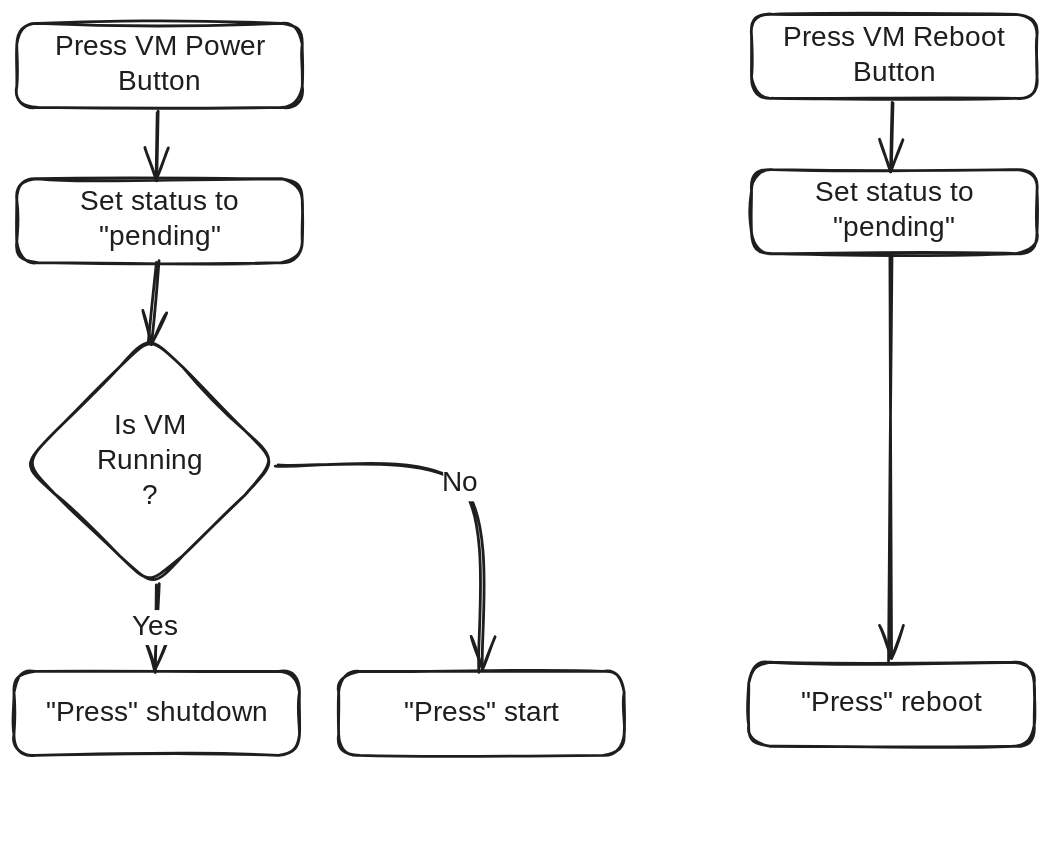
This is media/proxmox_button_flow.excalidraw.svg from shaftspanner/ha_stuff, a Excalidraw export, as it was before one commit. Source tidied: one line per element, renumbered; positions are measured from the earlier drawing's top-left corner, leaving out a move shared by most shapes. The source it was exported from:
```json
{"id": 0, "type": "rectangle", "strokeColor": "#1e1e1e", "strokeWidth": 2, "roughness": 1, "round": true, "x": 2, "y": 6, "width": 204, "height": 60}
{"id": 1, "type": "text", "text": "Press VM Power\nButton", "strokeColor": "#1e1e1e", "strokeWidth": 2, "roughness": 1, "fontSize": 20, "fontFamily": 5, "textAlign": "center", "verticalAlign": "middle", "inside": 0, "x": 26, "y": 12, "width": 156, "height": 50}
{"id": 2, "type": "rectangle", "strokeColor": "#1e1e1e", "strokeWidth": 2, "roughness": 1, "round": true, "x": 2, "y": 118, "width": 204, "height": 60}
{"id": 3, "type": "text", "text": "Set status to\n\"pending\"", "strokeColor": "#1e1e1e", "strokeWidth": 2, "roughness": 1, "fontSize": 20, "fontFamily": 5, "textAlign": "center", "verticalAlign": "middle", "inside": 2, "x": 34, "y": 122, "width": 140, "height": 50}
{"id": 4, "type": "arrow", "strokeColor": "#1e1e1e", "strokeWidth": 2, "roughness": 1, "endArrowhead": "arrow", "round": true, "from": 0, "to": 2, "x": 103, "y": 70, "width": 1, "height": 49, "points": [[0, 0], [-1, 49]]}
{"id": 5, "type": "diamond", "strokeColor": "#1e1e1e", "strokeWidth": 2, "roughness": 1, "round": true, "x": 7, "y": 230, "width": 181, "height": 180}
{"id": 6, "type": "text", "text": "Is VM\nRunning\n?", "strokeColor": "#1e1e1e", "strokeWidth": 2, "roughness": 1, "fontSize": 20, "fontFamily": 5, "textAlign": "center", "verticalAlign": "middle", "inside": 5, "x": 61, "y": 282, "width": 73, "height": 75}
{"id": 7, "type": "arrow", "strokeColor": "#1e1e1e", "strokeWidth": 2, "roughness": 1, "endArrowhead": "arrow", "round": true, "from": 2, "to": 5, "x": 102, "y": 178, "width": 5, "height": 56, "points": [[0, 0], [-5, 56]]}
{"id": 8, "type": "rectangle", "strokeColor": "#1e1e1e", "strokeWidth": 2, "roughness": 1, "round": true, "x": 0, "y": 470, "width": 204, "height": 60}
{"id": 9, "type": "text", "text": "\"Press\" shutdown", "strokeColor": "#1e1e1e", "strokeWidth": 2, "roughness": 1, "fontSize": 20, "fontFamily": 5, "textAlign": "center", "verticalAlign": "middle", "inside": 8, "x": 17, "y": 487, "width": 170, "height": 25}
{"id": 10, "type": "rectangle", "strokeColor": "#1e1e1e", "strokeWidth": 2, "roughness": 1, "round": true, "x": 232, "y": 470, "width": 204, "height": 60}
{"id": 11, "type": "text", "text": "\"Press\" start", "strokeColor": "#1e1e1e", "strokeWidth": 2, "roughness": 1, "fontSize": 20, "fontFamily": 5, "textAlign": "center", "verticalAlign": "middle", "inside": 10, "x": 269, "y": 487, "width": 130, "height": 25}
{"id": 12, "type": "arrow", "strokeColor": "#1e1e1e", "strokeWidth": 2, "roughness": 1, "endArrowhead": "arrow", "round": true, "from": 5, "to": 8, "x": 102, "y": 407, "width": 2, "height": 62, "points": [[0, 0], [-2, 62]]}
{"id": 13, "type": "text", "text": "Yes", "strokeColor": "#1e1e1e", "strokeWidth": 2, "roughness": 1, "fontSize": 20, "fontFamily": 5, "textAlign": "center", "verticalAlign": "middle", "inside": 12, "x": 85, "y": 426, "width": 32, "height": 25}
{"id": 14, "type": "arrow", "strokeColor": "#1e1e1e", "strokeWidth": 2, "roughness": 1, "endArrowhead": "arrow", "round": true, "from": 5, "to": 10, "x": 187, "y": 322, "width": 146, "height": 147, "points": [[0, 0], [132, 13], [146, 147]]}
{"id": 15, "type": "text", "text": "No", "strokeColor": "#1e1e1e", "strokeWidth": 2, "roughness": 1, "fontSize": 20, "fontFamily": 5, "textAlign": "center", "verticalAlign": "middle", "inside": 14, "x": 248, "y": 384, "width": 25, "height": 25}
{"id": 16, "type": "rectangle", "strokeColor": "#1e1e1e", "strokeWidth": 2, "roughness": 1, "round": true, "x": 527, "y": 0, "width": 204, "height": 60}
{"id": 17, "type": "text", "text": "Press VM Reboot\nButton", "strokeColor": "#1e1e1e", "strokeWidth": 2, "roughness": 1, "fontSize": 20, "fontFamily": 5, "textAlign": "center", "verticalAlign": "middle", "inside": 16, "x": 544, "y": 5, "width": 169, "height": 50}
{"id": 18, "type": "rectangle", "strokeColor": "#1e1e1e", "strokeWidth": 2, "roughness": 1, "round": true, "x": 527, "y": 111, "width": 204, "height": 60}
{"id": 19, "type": "text", "text": "Set status to\n\"pending\"", "strokeColor": "#1e1e1e", "strokeWidth": 2, "roughness": 1, "fontSize": 20, "fontFamily": 5, "textAlign": "center", "verticalAlign": "middle", "inside": 18, "x": 559, "y": 116, "width": 140, "height": 50}
{"id": 20, "type": "arrow", "strokeColor": "#1e1e1e", "strokeWidth": 2, "roughness": 1, "endArrowhead": "arrow", "round": true, "from": 16, "to": 18, "x": 628, "y": 63, "width": 1, "height": 49, "points": [[0, 0], [-1, 49]]}
{"id": 21, "type": "arrow", "strokeColor": "#1e1e1e", "strokeWidth": 2, "roughness": 1, "endArrowhead": "arrow", "round": true, "from": 18, "to": 22, "x": 627, "y": 171, "width": 1, "height": 290, "points": [[0, 0], [-1, 290]]}
{"id": 22, "type": "rectangle", "strokeColor": "#1e1e1e", "strokeWidth": 2, "roughness": 1, "round": true, "x": 525, "y": 463, "width": 204, "height": 60}
{"id": 23, "type": "text", "text": "\"Press\" reboot", "strokeColor": "#1e1e1e", "strokeWidth": 2, "roughness": 1, "fontSize": 20, "fontFamily": 5, "textAlign": "center", "verticalAlign": "middle", "inside": 22, "x": 556, "y": 480, "width": 142, "height": 25}
```
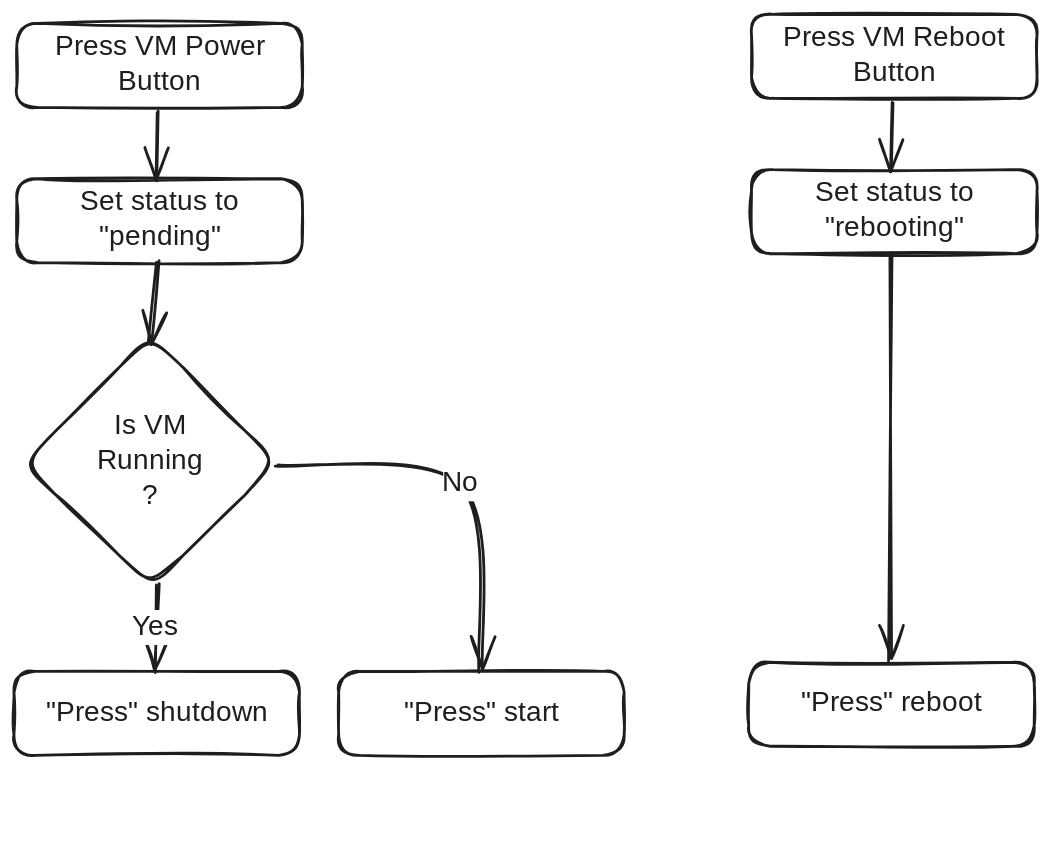
The same diagram one commit later.

Commit message:
Corrected text

The edit, as a diff of the source:
```diff
@@ -17,7 +17,7 @@
 {"id": 16, "type": "rectangle", "strokeColor": "#1e1e1e", "strokeWidth": 2, "roughness": 1, "round": true, "x": 527, "y": 0, "width": 204, "height": 60}
 {"id": 17, "type": "text", "text": "Press VM Reboot\nButton", "strokeColor": "#1e1e1e", "strokeWidth": 2, "roughness": 1, "fontSize": 20, "fontFamily": 5, "textAlign": "center", "verticalAlign": "middle", "inside": 16, "x": 544, "y": 5, "width": 169, "height": 50}
 {"id": 18, "type": "rectangle", "strokeColor": "#1e1e1e", "strokeWidth": 2, "roughness": 1, "round": true, "x": 527, "y": 111, "width": 204, "height": 60}
-{"id": 19, "type": "text", "text": "Set status to\n\"pending\"", "strokeColor": "#1e1e1e", "strokeWidth": 2, "roughness": 1, "fontSize": 20, "fontFamily": 5, "textAlign": "center", "verticalAlign": "middle", "inside": 18, "x": 559, "y": 116, "width": 140, "height": 50}
+{"id": 19, "type": "text", "text": "Set status to\n\"rebooting\"", "strokeColor": "#1e1e1e", "strokeWidth": 2, "roughness": 1, "fontSize": 20, "fontFamily": 5, "textAlign": "center", "verticalAlign": "middle", "inside": 18, "x": 559, "y": 116, "width": 140, "height": 50}
 {"id": 20, "type": "arrow", "strokeColor": "#1e1e1e", "strokeWidth": 2, "roughness": 1, "endArrowhead": "arrow", "round": true, "from": 16, "to": 18, "x": 628, "y": 63, "width": 1, "height": 49, "points": [[0, 0], [-1, 49]]}
 {"id": 21, "type": "arrow", "strokeColor": "#1e1e1e", "strokeWidth": 2, "roughness": 1, "endArrowhead": "arrow", "round": true, "from": 18, "to": 22, "x": 627, "y": 171, "width": 1, "height": 290, "points": [[0, 0], [-1, 290]]}
 {"id": 22, "type": "rectangle", "strokeColor": "#1e1e1e", "strokeWidth": 2, "roughness": 1, "round": true, "x": 525, "y": 463, "width": 204, "height": 60}
```
